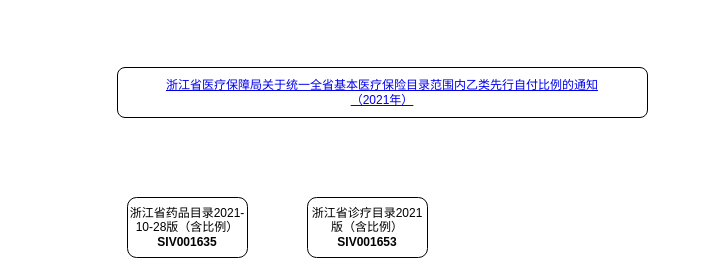
XiaoLiuAI/diagrams keeps this draw.io diagram as 风控/浙江三目录数据源.drawio. Above is the earlier version. Source tidied: cells renumbered, new cells numbered last; positions are measured from the earlier drawing's top-left corner, leaving out a move shared by most shapes. Both pictures are drawn from the tidied source at 100%, with x=0, y=0 at pixel (117, 67).
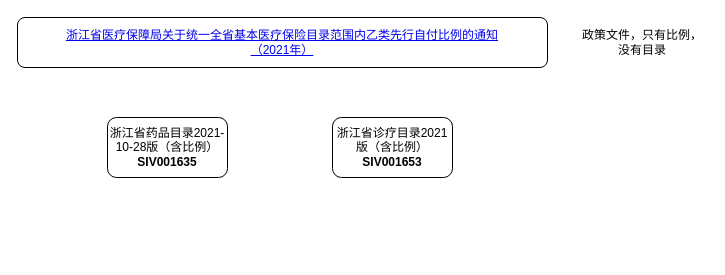
The same diagram, later.

Commit message (it also covers changes not shown here):
Update 浙江三目录数据源.drawio

Change to the diagram source:
```diff
@@
 <mxGraphModel>
   <root>
     <mxCell id="0" />
     <mxCell id="1" parent="0" />
     <mxCell id="2" value="&lt;a href=&quot;http://ybj.zj.gov.cn/art/2021/11/29/art_1229262886_58828981.html&quot;&gt;浙江省医疗保障局关于统一全省基本医疗保险目录范围内乙类先行自付比例的通知&lt;br&gt;（2021年）&lt;/a&gt;" style="rounded=1;whiteSpace=wrap;html=1;" parent="1" vertex="1">
-      <mxGeometry width="530" height="50" as="geometry" />
+      <mxGeometry x="-100" y="-50" width="530" height="50" as="geometry" />
     </mxCell>
     <mxCell id="3" value="浙江省药品目录2021-10-28版（含比例）&lt;br&gt;&lt;b&gt;SIV001635&lt;/b&gt;" style="rounded=1;whiteSpace=wrap;html=1;" parent="1" vertex="1">
-      <mxGeometry x="10" y="130" width="120" height="60" as="geometry" />
+      <mxGeometry x="-10" y="50" width="120" height="60" as="geometry" />
     </mxCell>
     <mxCell id="4" value="浙江省诊疗目录2021版（含比例）&lt;br&gt;&lt;b&gt;SIV001653&lt;/b&gt;" style="rounded=1;whiteSpace=wrap;html=1;" parent="1" vertex="1">
-      <mxGeometry x="190" y="130" width="120" height="60" as="geometry" />
+      <mxGeometry x="215" y="50" width="120" height="60" as="geometry" />
     </mxCell>
+    <mxCell id="5" value="政策文件，只有比例，没有目录" style="text;html=1;strokeColor=none;fillColor=none;align=center;verticalAlign=middle;whiteSpace=wrap;rounded=0;" parent="1" vertex="1">
+      <mxGeometry x="460" y="-40" width="130" height="30" as="geometry" />
+    </mxCell>
   </root>
 </mxGraphModel>
```
